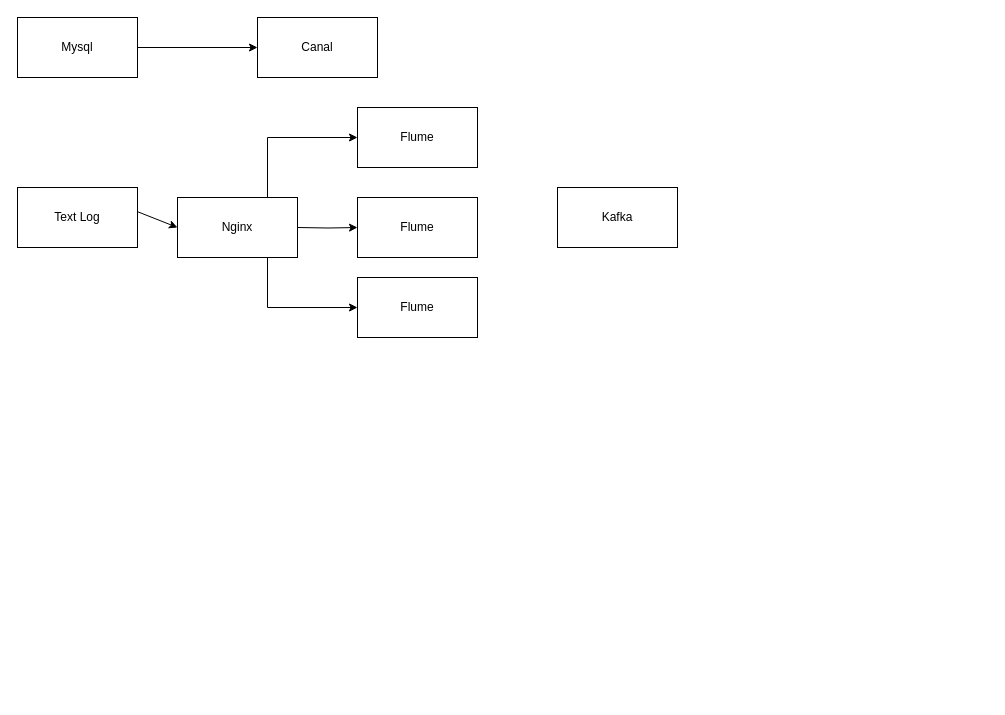
Before: Untitled Diagram.drawio in WoodCutterFuBin/DrawImgSave, a draw.io diagram. Source tidied: cells renumbered, new cells numbered last; positions are measured from the earlier drawing's top-left corner, leaving out a move shared by most shapes. Both pictures are drawn from the tidied source at 100%, with x=0, y=0 at pixel (17, 17).
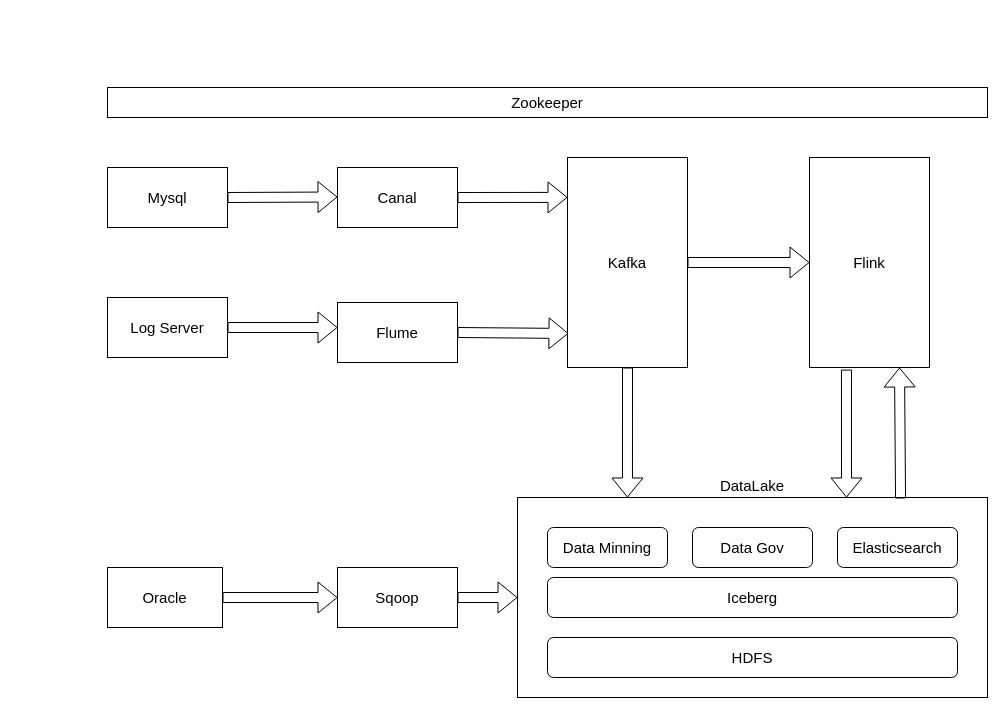
After the change.

Change to the diagram source:
```diff
@@
-    <mxCell id="2" value="Mysql" style="rounded=0;whiteSpace=wrap;html=1;" parent="1" vertex="1">
-      <mxGeometry width="120" height="60" as="geometry" />
+    <mxCell id="2" value="Mysql" style="rounded=0;whiteSpace=wrap;html=1;fontSize=15;" parent="1" vertex="1">
+      <mxGeometry x="90" y="150" width="120" height="60" as="geometry" />
     </mxCell>
-    <mxCell id="3" style="endArrow=classic;html=1;exitX=1;exitY=0.5;exitDx=0;exitDy=0;entryX=0;entryY=0.5;entryDx=0;entryDy=0;" parent="1" edge="1" source="2" target="4">
-      <mxGeometry relative="1" as="geometry" />
-    </mxCell>
-    <mxCell id="4" value="Canal" style="rounded=0;whiteSpace=wrap;html=1;" parent="1" vertex="1">
-      <mxGeometry x="240" width="120" height="60" as="geometry" />
+    <mxCell id="4" value="Canal" style="rounded=0;whiteSpace=wrap;html=1;fontSize=15;" parent="1" vertex="1">
+      <mxGeometry x="320" y="150" width="120" height="60" as="geometry" />
     </mxCell>
-    <mxCell id="5" value="Text Log" style="rounded=0;whiteSpace=wrap;html=1;" parent="1" vertex="1">
-      <mxGeometry y="170" width="120" height="60" as="geometry" />
-    </mxCell>
-    <mxCell id="6" style="endArrow=classic;html=1;exitX=1;exitY=0.403;exitDx=0;exitDy=0;entryX=0;entryY=0.5;entryDx=0;entryDy=0;exitPerimeter=0;" parent="1" edge="1" source="5" target="8">
-      <mxGeometry relative="1" as="geometry" />
-    </mxCell>
-    <mxCell id="7" style="edgeStyle=orthogonalEdgeStyle;rounded=0;jettySize=auto;html=1;" parent="1" edge="1" target="10">
-      <mxGeometry relative="1" as="geometry">
-        <mxPoint x="280" y="210" as="sourcePoint" />
-      </mxGeometry>
-    </mxCell>
-    <mxCell id="8" value="Nginx" style="rounded=0;whiteSpace=wrap;html=1;" parent="1" vertex="1">
-      <mxGeometry x="160" y="180" width="120" height="60" as="geometry" />
-    </mxCell>
+    <mxCell id="15" value="Zookeeper" style="rounded=0;whiteSpace=wrap;html=1;verticalAlign=middle;labelPosition=center;verticalLabelPosition=middle;align=center;fontSize=15;" parent="1" vertex="1">
+      <mxGeometry x="90" y="70" width="880" height="30" as="geometry" />
+    </mxCell>
+    <mxCell id="16" style="shape=flexArrow;endArrow=classic;html=1;exitX=1;exitY=0.5;exitDx=0;exitDy=0;fontSize=15;" parent="1" edge="1" source="2">
+      <mxGeometry relative="1" as="geometry">
+        <mxPoint x="320" y="179.5" as="targetPoint" />
+      </mxGeometry>
+    </mxCell>
+    <mxCell id="17" value="Flink" style="rounded=0;whiteSpace=wrap;html=1;fontSize=15;" parent="1" vertex="1">
+      <mxGeometry x="792" y="140" width="120" height="210" as="geometry" />
+    </mxCell>
+    <mxCell id="18" value="Log Server" style="rounded=0;whiteSpace=wrap;html=1;fontSize=15;" parent="1" vertex="1">
+      <mxGeometry x="90" y="280" width="120" height="60" as="geometry" />
+    </mxCell>
-    <mxCell id="9" value="Flume" style="rounded=0;whiteSpace=wrap;html=1;" parent="1" vertex="1">
-      <mxGeometry x="340" y="90" width="120" height="60" as="geometry" />
+    <mxCell id="9" value="Flume" style="rounded=0;whiteSpace=wrap;html=1;fontSize=15;" parent="1" vertex="1">
+      <mxGeometry x="320" y="285" width="120" height="60" as="geometry" />
     </mxCell>
-    <mxCell id="10" value="Flume" style="rounded=0;whiteSpace=wrap;html=1;" parent="1" vertex="1">
-      <mxGeometry x="340" y="180" width="120" height="60" as="geometry" />
-    </mxCell>
-    <mxCell id="11" value="Flume" style="rounded=0;whiteSpace=wrap;html=1;" parent="1" vertex="1">
-      <mxGeometry x="340" y="260" width="120" height="60" as="geometry" />
-    </mxCell>
-    <mxCell id="12" style="edgeStyle=orthogonalEdgeStyle;rounded=0;orthogonalLoop=1;jettySize=auto;html=1;" parent="1" edge="1">
-      <mxGeometry relative="1" as="geometry">
-        <mxPoint x="245" y="180" as="sourcePoint" />
-        <mxPoint x="340" y="120" as="targetPoint" />
-        <Array as="points">
-          <mxPoint x="250" y="180" />
-          <mxPoint x="250" y="120" />
-        </Array>
-      </mxGeometry>
-    </mxCell>
-    <mxCell id="13" style="edgeStyle=orthogonalEdgeStyle;rounded=0;jettySize=auto;html=1;entryX=0;entryY=0.5;entryDx=0;entryDy=0;exitX=0.75;exitY=1;exitDx=0;exitDy=0;" parent="1" edge="1" source="8" target="11">
-      <mxGeometry relative="1" as="geometry">
-        <Array as="points">
-          <mxPoint x="250" y="290" />
-        </Array>
-      </mxGeometry>
-    </mxCell>
-    <mxCell id="14" value="Kafka" style="rounded=0;whiteSpace=wrap;html=1;" parent="1" vertex="1">
-      <mxGeometry x="540" y="170" width="120" height="60" as="geometry" />
+    <mxCell id="14" value="Kafka" style="rounded=0;whiteSpace=wrap;html=1;fontSize=15;" parent="1" vertex="1">
+      <mxGeometry x="550" y="140" width="120" height="210" as="geometry" />
     </mxCell>
+    <mxCell id="19" style="shape=flexArrow;endArrow=classic;html=1;exitX=0.5;exitY=1;exitDx=0;exitDy=0;entryX=0.234;entryY=0;entryDx=0;entryDy=0;entryPerimeter=0;fontSize=15;" parent="1" edge="1" source="14" target="21">
+      <mxGeometry relative="1" as="geometry" />
+    </mxCell>
+    <mxCell id="20" style="shape=flexArrow;endArrow=classic;html=1;entryX=0;entryY=0.417;entryDx=0;entryDy=0;entryPerimeter=0;exitX=1;exitY=0.5;exitDx=0;exitDy=0;fontSize=15;" parent="1" edge="1" source="18" target="9">
+      <mxGeometry relative="1" as="geometry" />
+    </mxCell>
+    <mxCell id="21" value="DataLake" style="rounded=0;whiteSpace=wrap;html=1;labelPosition=center;verticalLabelPosition=top;align=center;verticalAlign=bottom;fontSize=15;" parent="1" vertex="1">
+      <mxGeometry x="500" y="480" width="470" height="200" as="geometry" />
+    </mxCell>
+    <mxCell id="22" style="shape=flexArrow;endArrow=classic;html=1;entryX=0;entryY=0.5;entryDx=0;entryDy=0;exitX=1;exitY=0.5;exitDx=0;exitDy=0;fontSize=15;" parent="1" edge="1" source="14" target="17">
+      <mxGeometry relative="1" as="geometry" />
+    </mxCell>
+    <mxCell id="23" style="shape=flexArrow;endArrow=classic;html=1;exitX=1;exitY=0.5;exitDx=0;exitDy=0;entryX=0;entryY=0.19;entryDx=0;entryDy=0;entryPerimeter=0;fontSize=15;" parent="1" edge="1" source="4" target="14">
+      <mxGeometry relative="1" as="geometry" />
+    </mxCell>
+    <mxCell id="24" style="shape=flexArrow;endArrow=classic;html=1;entryX=0.008;entryY=0.838;entryDx=0;entryDy=0;entryPerimeter=0;exitX=1;exitY=0.5;exitDx=0;exitDy=0;fontSize=15;" parent="1" edge="1" source="9" target="14">
+      <mxGeometry relative="1" as="geometry" />
+    </mxCell>
+    <mxCell id="25" style="shape=flexArrow;endArrow=classic;html=1;entryX=0.7;entryY=0;entryDx=0;entryDy=0;entryPerimeter=0;fontSize=15;exitX=0.308;exitY=1.01;exitDx=0;exitDy=0;exitPerimeter=0;" parent="1" edge="1" source="17" target="21">
+      <mxGeometry relative="1" as="geometry" />
+    </mxCell>
+    <mxCell id="26" value="Iceberg" style="rounded=1;whiteSpace=wrap;html=1;fontSize=15;" parent="1" vertex="1">
+      <mxGeometry x="530" y="560" width="410" height="40" as="geometry" />
+    </mxCell>
+    <mxCell id="27" value="HDFS" style="rounded=1;whiteSpace=wrap;html=1;fontSize=15;" parent="1" vertex="1">
+      <mxGeometry x="530" y="620" width="410" height="40" as="geometry" />
+    </mxCell>
+    <mxCell id="28" value="Sqoop" style="rounded=0;whiteSpace=wrap;html=1;fontSize=15;" parent="1" vertex="1">
+      <mxGeometry x="320" y="550" width="120" height="60" as="geometry" />
+    </mxCell>
+    <mxCell id="29" value="Oracle" style="rounded=0;whiteSpace=wrap;html=1;fontSize=15;" parent="1" vertex="1">
+      <mxGeometry x="90" y="550" width="115" height="60" as="geometry" />
+    </mxCell>
+    <mxCell id="30" style="shape=flexArrow;endArrow=classic;html=1;exitX=1;exitY=0.5;exitDx=0;exitDy=0;entryX=0;entryY=0.5;entryDx=0;entryDy=0;fontSize=15;" parent="1" edge="1" source="29" target="28">
+      <mxGeometry relative="1" as="geometry" />
+    </mxCell>
+    <mxCell id="31" style="shape=flexArrow;endArrow=classic;html=1;entryX=0;entryY=0.5;entryDx=0;entryDy=0;exitX=1;exitY=0.5;exitDx=0;exitDy=0;fontSize=15;" parent="1" edge="1" source="28" target="21">
+      <mxGeometry relative="1" as="geometry" />
+    </mxCell>
+    <mxCell id="32" value="Data Minning" style="rounded=1;whiteSpace=wrap;html=1;fontSize=15;" parent="1" vertex="1">
+      <mxGeometry x="530" y="510" width="120" height="40" as="geometry" />
+    </mxCell>
+    <mxCell id="33" value="Data Gov" style="rounded=1;whiteSpace=wrap;html=1;fontSize=15;" parent="1" vertex="1">
+      <mxGeometry x="675" y="510" width="120" height="40" as="geometry" />
+    </mxCell>
+    <mxCell id="34" style="shape=flexArrow;endArrow=classic;html=1;exitX=0.815;exitY=0.005;exitDx=0;exitDy=0;entryX=0.75;entryY=1;entryDx=0;entryDy=0;exitPerimeter=0;fontSize=15;" parent="1" edge="1" source="21" target="17">
+      <mxGeometry relative="1" as="geometry" />
+    </mxCell>
+    <mxCell id="35" value="Elasticsearch" style="rounded=1;whiteSpace=wrap;html=1;fontSize=15;" parent="1" vertex="1">
+      <mxGeometry x="820" y="510" width="120" height="40" as="geometry" />
+    </mxCell>
```
